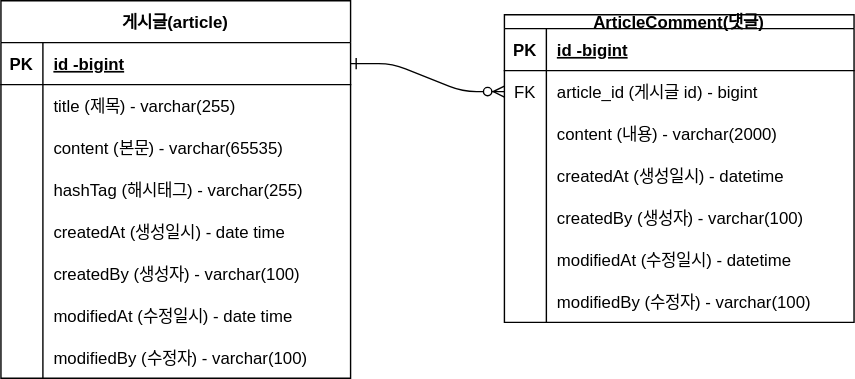
registaPark/fastcampus-project-board keeps this draw.io diagram as document/project-board-erd.svg. Above is the earlier version. Source tidied: cells renumbered, new cells last; positions are measured from the earlier drawing's top-left corner, leaving out a move shared by most shapes.
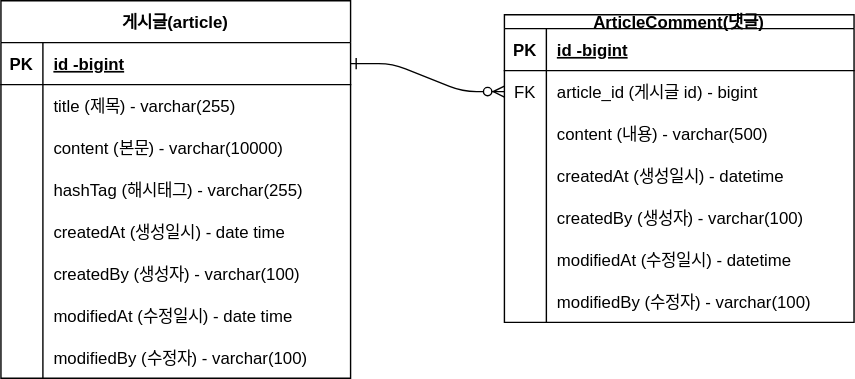
The same file after the commit.

Commit message:
#10-erd 업데이트

Change to the diagram source:
```diff
@@ -32,7 +32,7 @@
     <mxCell id="11" style="shape=partialRectangle;overflow=hidden;fillColor=none;top=0;left=0;bottom=0;right=0;" parent="10" vertex="1">
       <mxGeometry width="30" height="30" as="geometry" />
     </mxCell>
-    <mxCell id="12" value="content (내용) - varchar(2000)" style="shape=partialRectangle;overflow=hidden;fillColor=none;top=0;left=0;bottom=0;right=0;align=left;spacingLeft=6;" parent="10" vertex="1">
+    <mxCell id="12" value="content (내용) - varchar(500)" style="shape=partialRectangle;overflow=hidden;fillColor=none;top=0;left=0;bottom=0;right=0;align=left;spacingLeft=6;" parent="10" vertex="1">
       <mxGeometry x="30" width="220" height="30" as="geometry" />
     </mxCell>
     <mxCell id="13" style="shape=partialRectangle;fillColor=none;top=0;left=0;right=0;bottom=0;" parent="3" vertex="1">
@@ -98,7 +98,7 @@
     <mxCell id="33" style="shape=partialRectangle;overflow=hidden;fillColor=none;top=0;left=0;bottom=0;right=0;" parent="32" vertex="1">
       <mxGeometry width="30" height="30" as="geometry" />
     </mxCell>
-    <mxCell id="34" value="content (본문) - varchar(65535)" style="shape=partialRectangle;overflow=hidden;fillColor=none;top=0;left=0;bottom=0;right=0;align=left;spacingLeft=6;" parent="32" vertex="1">
+    <mxCell id="34" value="content (본문) - varchar(10000)" style="shape=partialRectangle;overflow=hidden;fillColor=none;top=0;left=0;bottom=0;right=0;align=left;spacingLeft=6;" parent="32" vertex="1">
       <mxGeometry x="30" width="220" height="30" as="geometry" />
     </mxCell>
     <mxCell id="35" style="shape=partialRectangle;fillColor=none;top=0;left=0;right=0;bottom=0;" parent="25" vertex="1">
```
